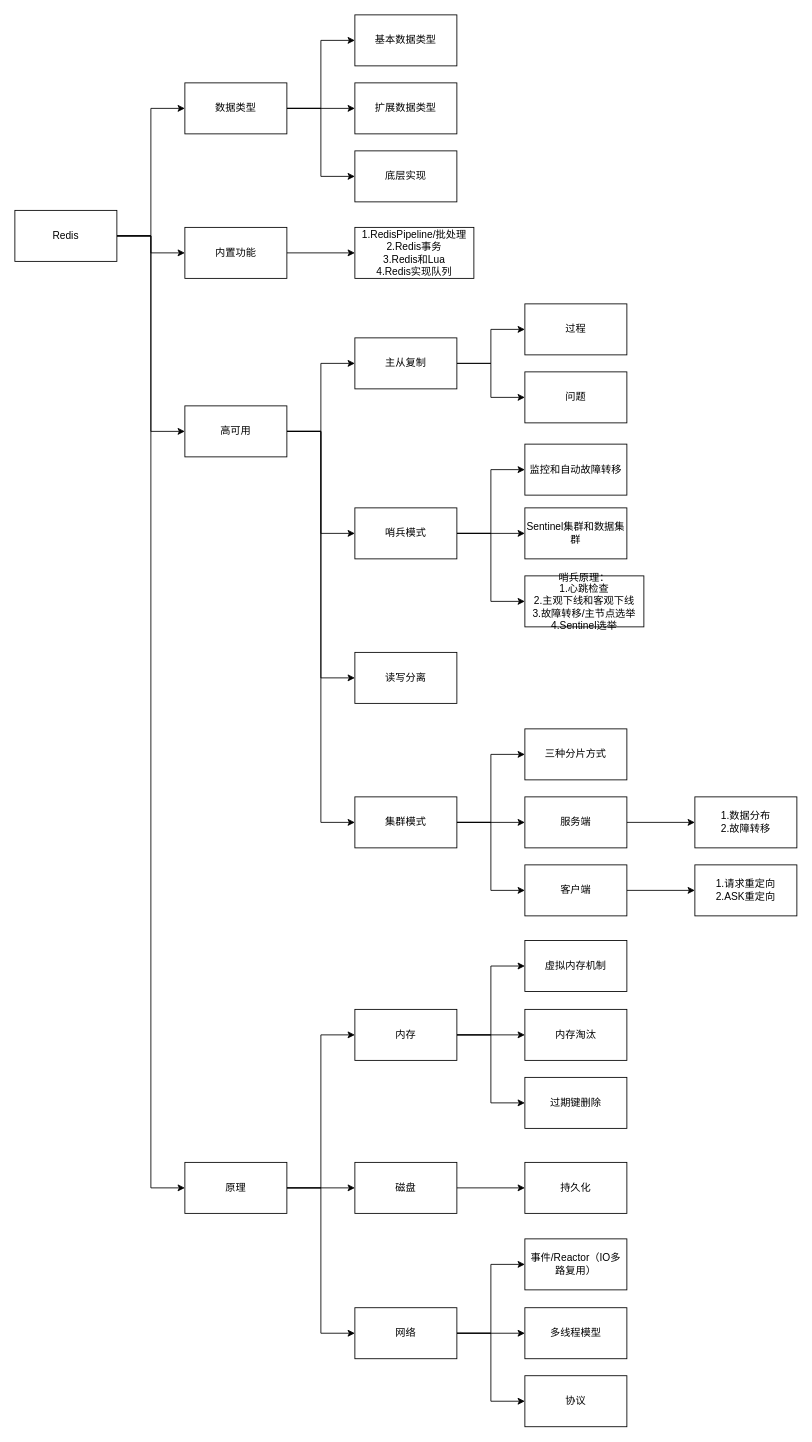
The draw.io diagram images/draw/Redis.drawio in wt1814/wt1814.github.io, before the edit. Source tidied: cells renumbered, new cells numbered last; positions are measured from the earlier drawing's top-left corner, leaving out a move shared by most shapes. Both pictures are drawn from the tidied source at 85%, with x=0, y=0 at pixel (14, 14).
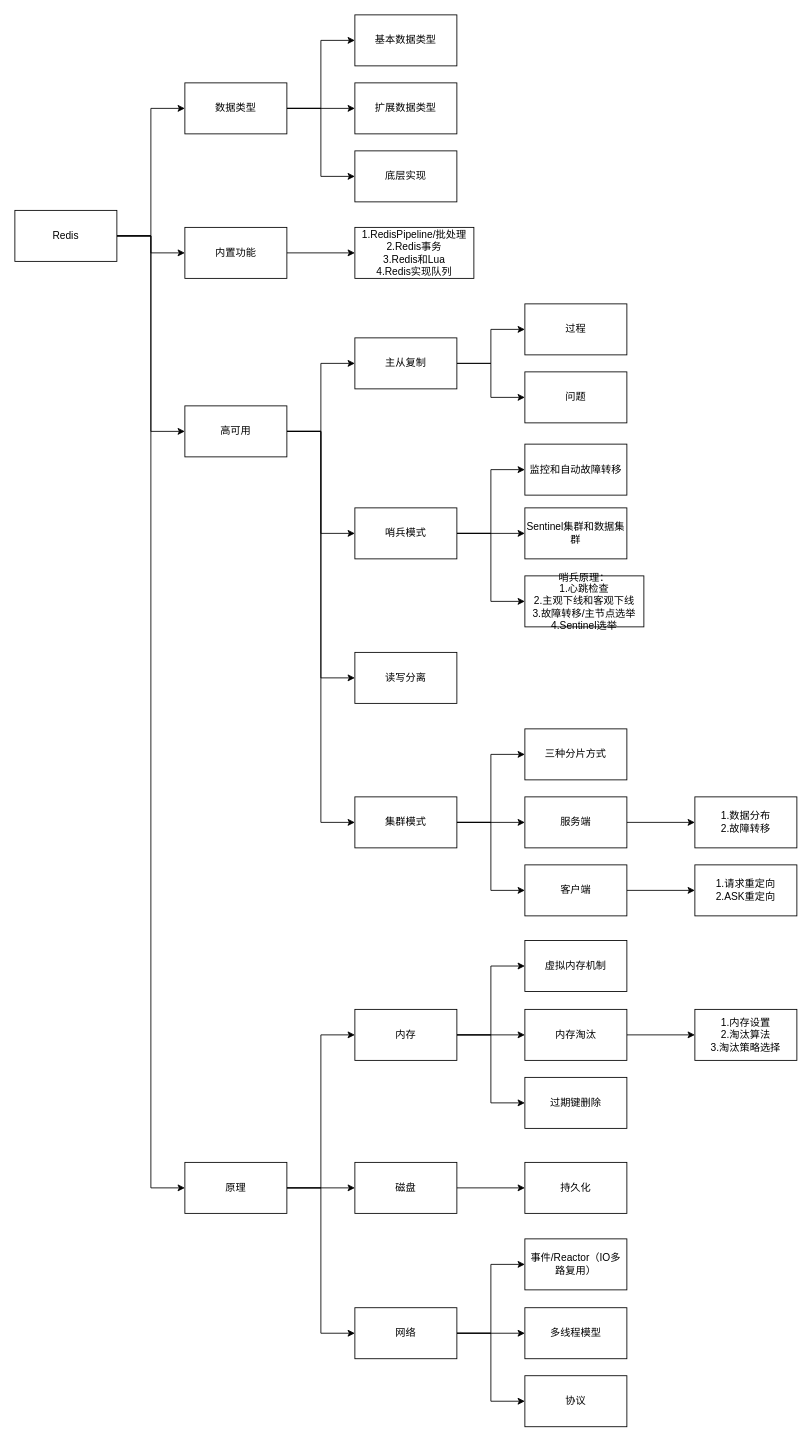
After the change.

The change refers to these unchanged cells:
```xml
<mxCell id="60" value="内存淘汰" style="rounded=0;whiteSpace=wrap;html=1;" parent="1" vertex="1">
  <mxGeometry x="600" y="1170" width="120" height="60" as="geometry" />
</mxCell>
```

What changed in the source:
```diff
@@
+    <mxCell id="67" style="edgeStyle=orthogonalEdgeStyle;rounded=0;jettySize=auto;html=1;" parent="1" edge="1" source="60" target="68">
+      <mxGeometry relative="1" as="geometry" />
+    </mxCell>
@@
+    <mxCell id="68" value="&lt;div&gt;1.内存设置&lt;/div&gt;&lt;div&gt;2.淘汰算法&lt;/div&gt;&lt;div&gt;3.淘汰策略选择&lt;/div&gt;" style="rounded=0;whiteSpace=wrap;html=1;" parent="1" vertex="1">
+      <mxGeometry x="800" y="1170" width="120" height="60" as="geometry" />
+    </mxCell>
```
